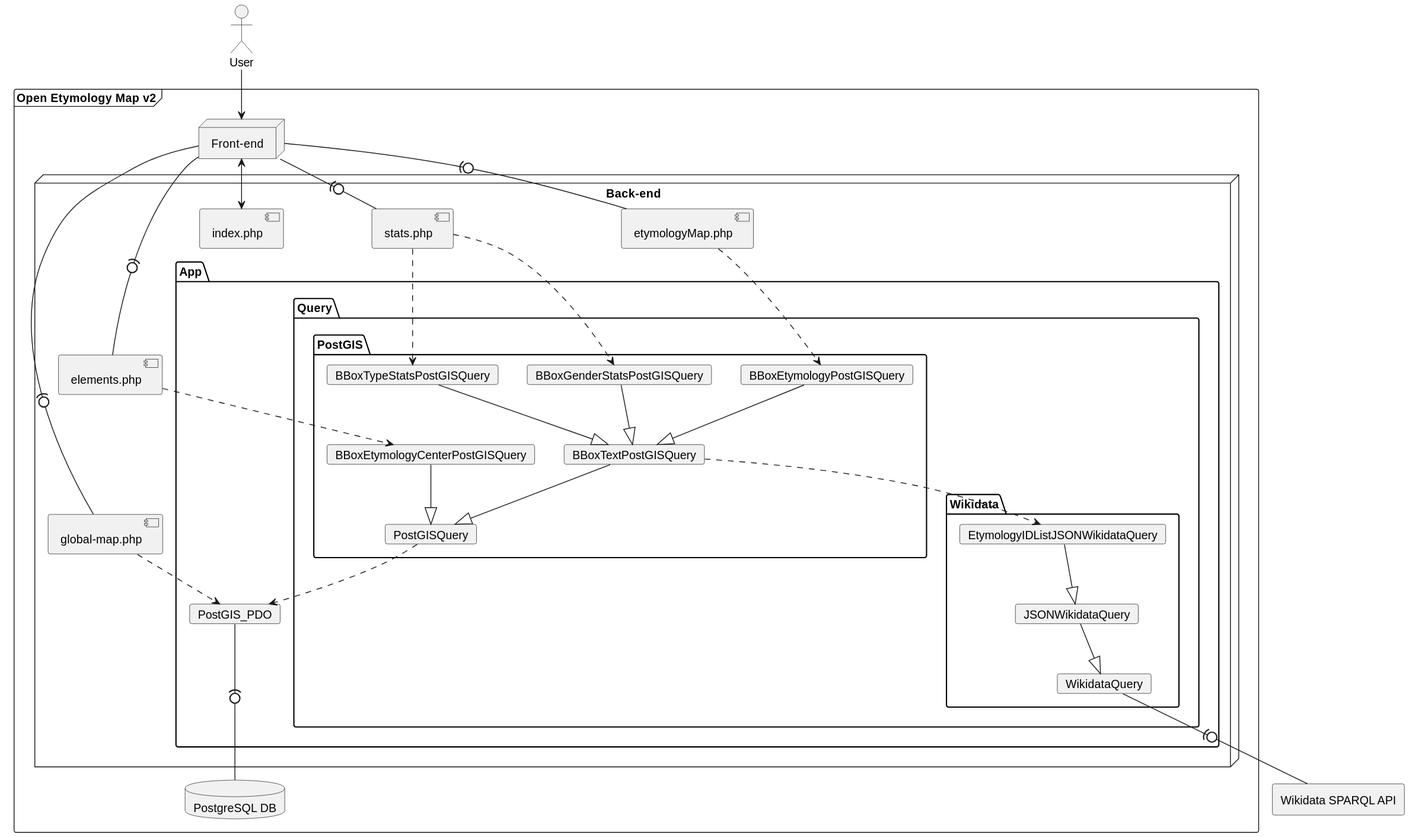
The PlantUML diagram images/v2.svg in Danysan1/osm-wikidata-map-framework, before a commit.
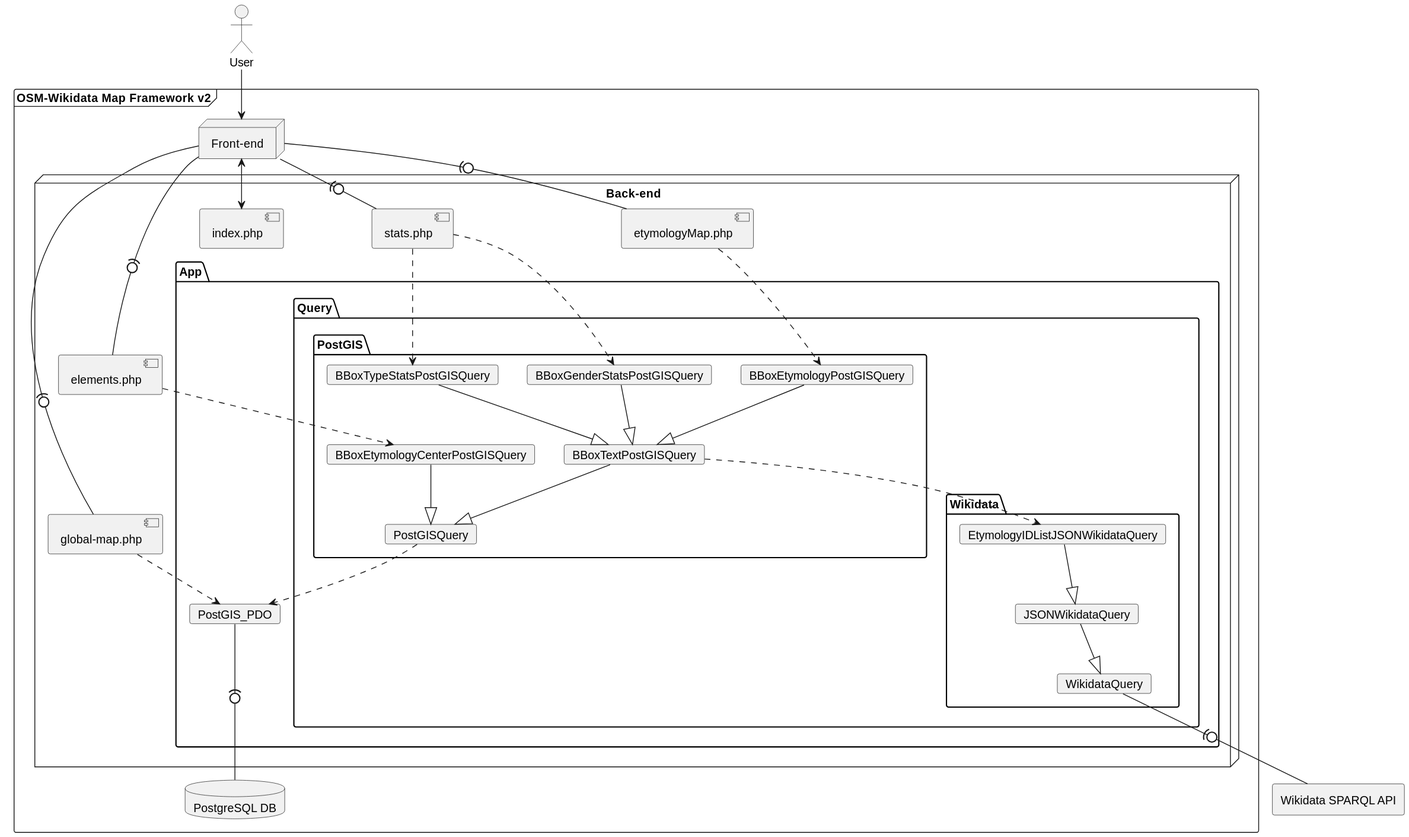
The same diagram one commit later.

The edit, as a diff of the source:
```diff
@@ -1,7 +1,7 @@
 @startuml v2
 
 actor user as "User"
-frame oem as "Open Etymology Map v2" {
+frame oem as "OSM-Wikidata Map Framework v2" {
     database db as "PostgreSQL DB"
     node fe as "Front-end"
     node be as "Back-end" {
```
